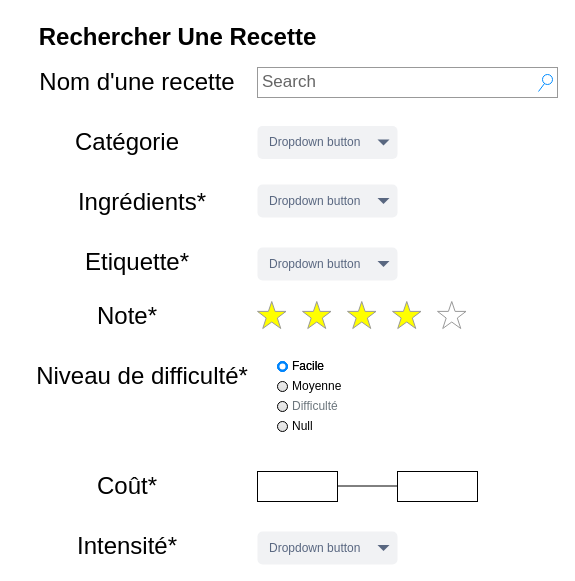
This is Formulaire(s) de recherche d’une recette.drawio from nicrain/nicrain.github.io, a draw.io file, before an edit. Source tidied: cells renumbered, new cells numbered last; positions are measured from the earlier drawing's top-left corner, leaving out a move shared by most shapes. Both pictures are drawn from the tidied source at 100%, with x=0, y=0 at pixel (17, 17).
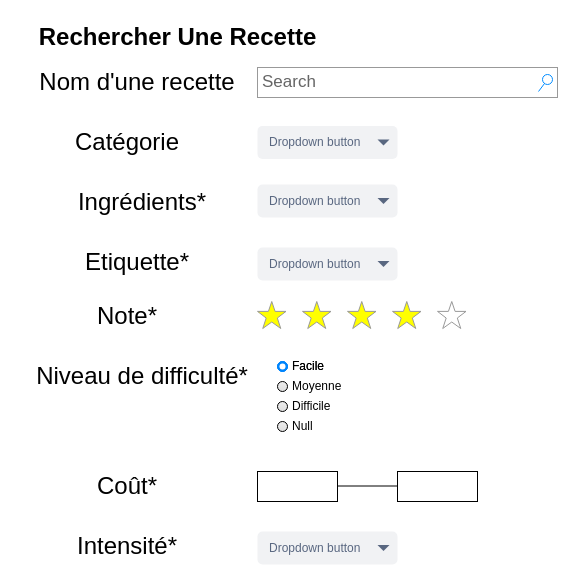
Above is the later version.

The edit, as a diff of the source:
```diff
@@
-    <mxCell id="18" value="Difficulté" style="html=1;shadow=0;dashed=0;shape=mxgraph.bootstrap.radioButton2;labelPosition=right;verticalLabelPosition=middle;align=left;verticalAlign=middle;gradientColor=#DEDEDE;fillColor=#EDEDED;checked=0;spacing=5;fontColor=#6C767D;checkedFill=#0085FC;checkedStroke=#ffffff;sketch=0;" parent="1" vertex="1">
+    <mxCell id="18" value="Difficile" style="html=1;shadow=0;dashed=0;shape=mxgraph.bootstrap.radioButton2;labelPosition=right;verticalLabelPosition=middle;align=left;verticalAlign=middle;gradientColor=#DEDEDE;fillColor=#EDEDED;checked=0;spacing=5;fontColor=#000000;checkedFill=#0085FC;checkedStroke=#ffffff;sketch=0;" parent="1" vertex="1">
       <mxGeometry x="260" y="384" width="10" height="10" as="geometry" />
     </mxCell>
```
